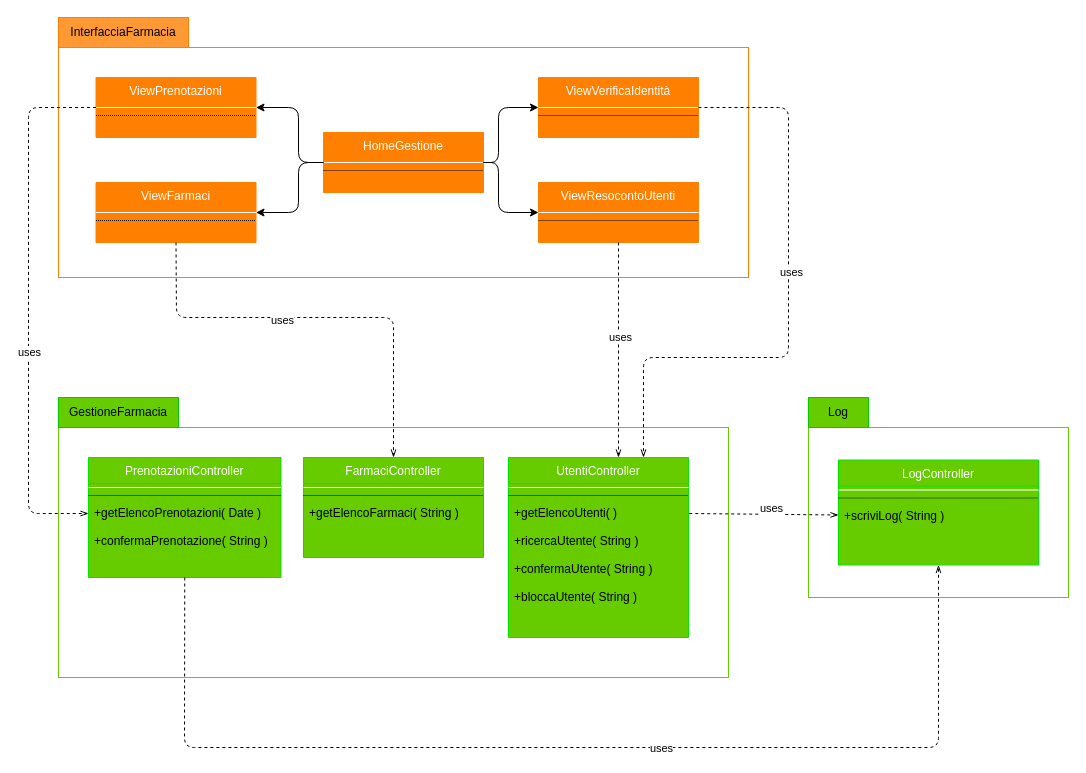
Before: page "Farmacia" (2 of 4) of drawio/Architettura Logica/Diagrammi.drawio in lnwor/farmabyte-doc, a draw.io diagram. Source tidied: cells renumbered, new cells numbered last; positions are measured from the earlier drawing's top-left corner, leaving out a move shared by most shapes. Both pictures are drawn from the tidied source at 100%, with x=0, y=0 at pixel (28, 17).
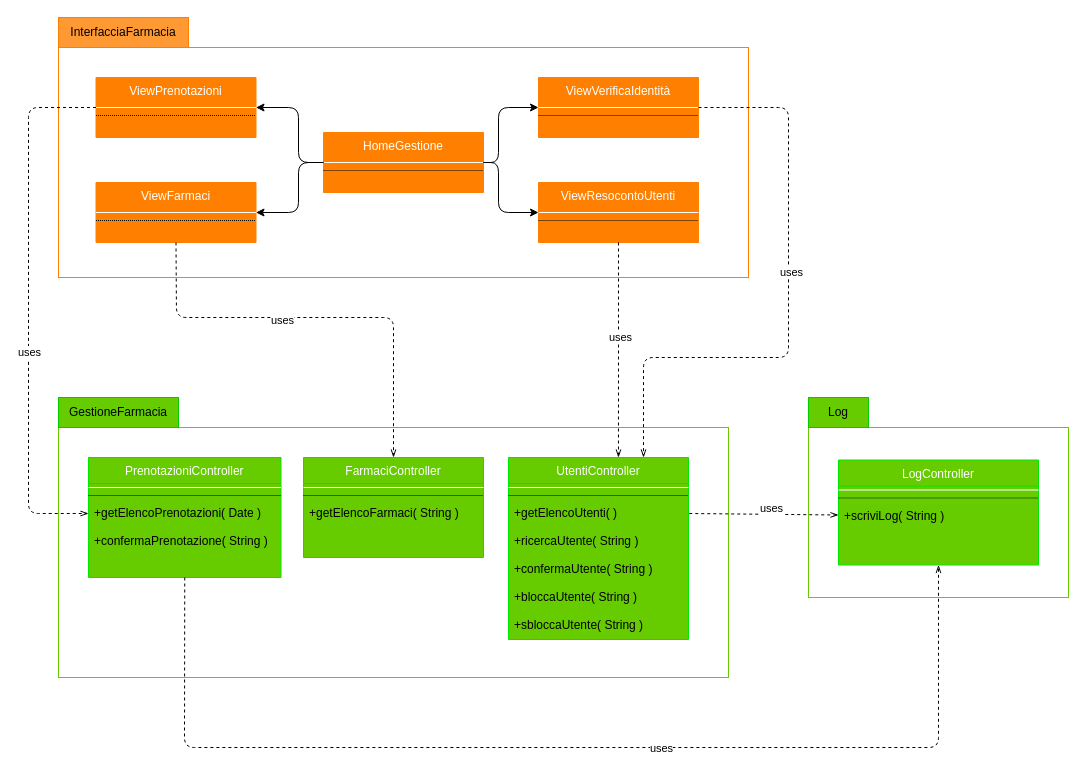
After the change.

Diff of the diagram source:
```diff
@@
     <mxCell id="16" value="UtentiController" style="swimlane;fontStyle=0;align=center;verticalAlign=top;horizontal=1;startSize=26;rounded=0;shadow=0;strokeWidth=1;fontColor=#ffffff;swimlaneFillColor=#66CC00;strokeColor=#00E800;fillColor=#66CC00;" parent="1" vertex="1">
-      <mxGeometry x="480" y="440" width="180" height="180" as="geometry" />
+      <mxGeometry x="480" y="440" width="180" height="182" as="geometry" />
     </mxCell>
@@
+    <mxCell id="59" value="+sbloccaUtente( String )" style="text;align=left;verticalAlign=top;spacingLeft=4;spacingRight=4;overflow=hidden;" parent="16" vertex="1">
+      <mxGeometry y="154" width="180" height="28" as="geometry" />
+    </mxCell>
```
